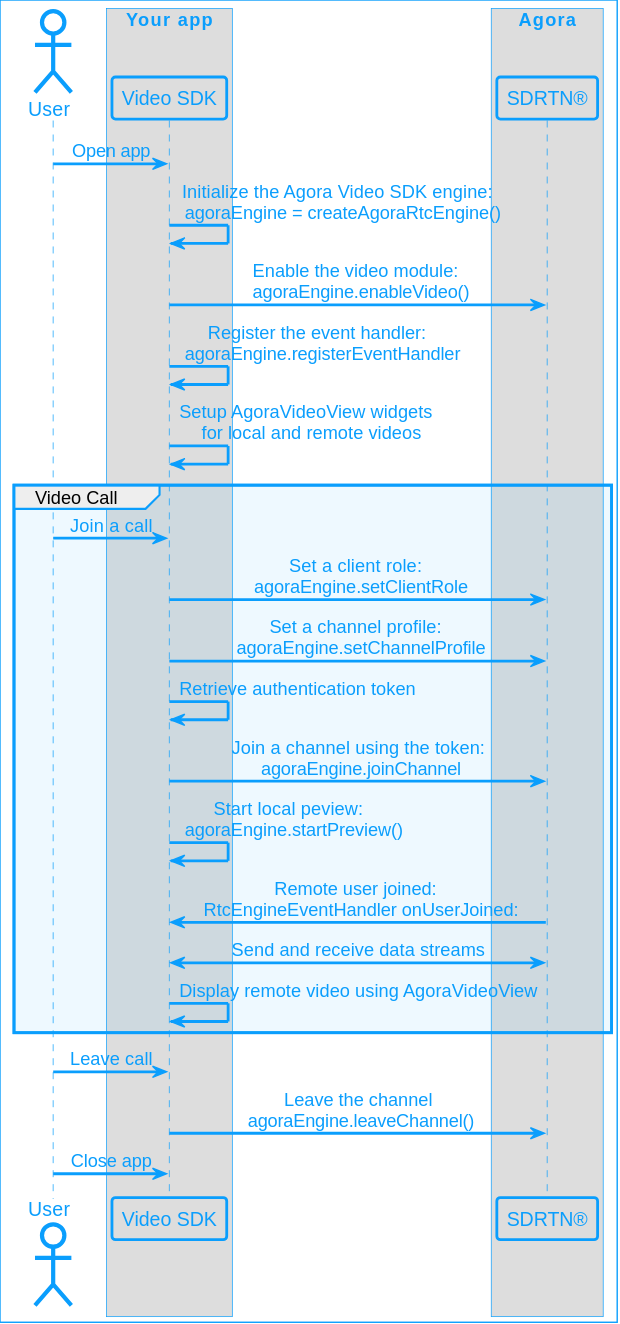
The PlantUML diagram assets/images/rtc-sdk/video-call-logic-flutter.svg in AgoraIO/Docs-Source, before a commit. The source it was exported from:
```plantuml
@startuml
!include agora_skin.iuml

actor "User" as USR

box "Your app"
participant "Video SDK" as APP
end box

box "Agora"
participant "SDRTN®" as API
end box

USR -> APP: Open app
APP -> APP: Initialize the Agora Video SDK engine: \n agoraEngine = createAgoraRtcEngine()
APP -> API: Enable the video module: \n agoraEngine.enableVideo()
APP -> APP: Register the event handler: \n agoraEngine.registerEventHandler
APP -> APP: Setup AgoraVideoView widgets \n for local and remote videos

group Video Call
USR -> APP: Join a call
APP -> API: Set a client role: \n agoraEngine.setClientRole
APP -> API: Set a channel profile: \n agoraEngine.setChannelProfile
APP -> APP: Retrieve authentication token
APP -> API: Join a channel using the token:\n agoraEngine.joinChannel
APP -> APP: Start local peview: \n agoraEngine.startPreview()
APP <- API: Remote user joined: \n RtcEngineEventHandler onUserJoined:
APP <-> API: Send and receive data streams
APP -> APP: Display remote video using AgoraVideoView
end

USR -> APP: Leave call
APP -> API: Leave the channel\n agoraEngine.leaveChannel()
USR -> APP: Close app
@enduml
```
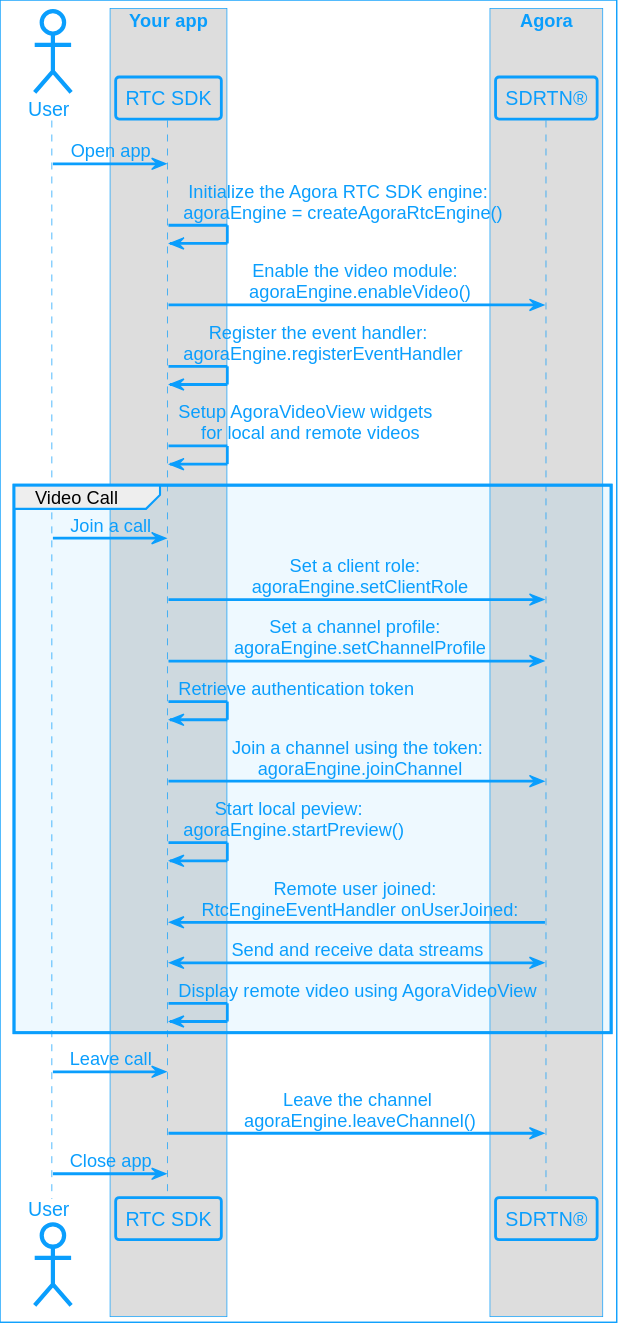
The same diagram one commit later.

The edit, as a diff of the source:
```diff
@@ -4,7 +4,7 @@
 actor "User" as USR
 
 box "Your app"
-participant "Video SDK" as APP
+participant "RTC SDK" as APP
 end box
 
 box "Agora"
@@ -12,7 +12,7 @@
 end box
 
 USR -> APP: Open app
-APP -> APP: Initialize the Agora Video SDK engine: \n agoraEngine = createAgoraRtcEngine()
+APP -> APP: Initialize the Agora RTC SDK engine: \n agoraEngine = createAgoraRtcEngine()
 APP -> API: Enable the video module: \n agoraEngine.enableVideo()
 APP -> APP: Register the event handler: \n agoraEngine.registerEventHandler
 APP -> APP: Setup AgoraVideoView widgets \n for local and remote videos
```
